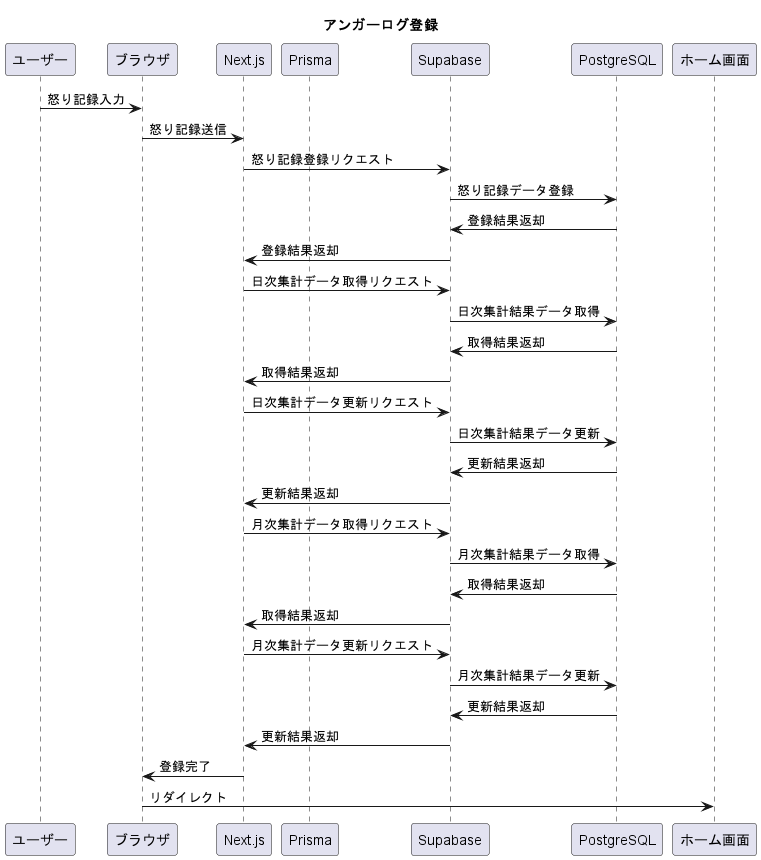
washogo/angerLogApp keeps this PlantUML diagram as uml/out/angerLog/funcAngerLogInsert/funcAngerLogInsert.png. Above is the earlier version. The source it was exported from:
```plantuml
@startuml funcAngerLogInsert
title "アンガーログ登録"
participant ユーザー
participant ブラウザ
participant Next.js
participant Prisma
participant Supabase
participant PostgreSQL
participant ホーム画面

ユーザー -> ブラウザ: 怒り記録入力
ブラウザ -> Next.js: 怒り記録送信
Next.js -> Supabase: 怒り記録登録リクエスト
Supabase -> PostgreSQL: 怒り記録データ登録
PostgreSQL -> Supabase: 登録結果返却
Supabase -> Next.js: 登録結果返却
Next.js -> Supabase: 日次集計データ取得リクエスト
Supabase -> PostgreSQL: 日次集計結果データ取得
PostgreSQL -> Supabase: 取得結果返却
Supabase -> Next.js: 取得結果返却
Next.js -> Supabase: 日次集計データ更新リクエスト
Supabase -> PostgreSQL: 日次集計結果データ更新
PostgreSQL -> Supabase: 更新結果返却
Supabase -> Next.js: 更新結果返却
Next.js -> Supabase: 月次集計データ取得リクエスト
Supabase -> PostgreSQL: 月次集計結果データ取得
PostgreSQL -> Supabase: 取得結果返却
Supabase -> Next.js: 取得結果返却
Next.js -> Supabase: 月次集計データ更新リクエスト
Supabase -> PostgreSQL: 月次集計結果データ更新
PostgreSQL -> Supabase: 更新結果返却
Supabase -> Next.js: 更新結果返却
Next.js -> ブラウザ: 登録完了
ブラウザ -> ホーム画面: リダイレクト
@enduml
```
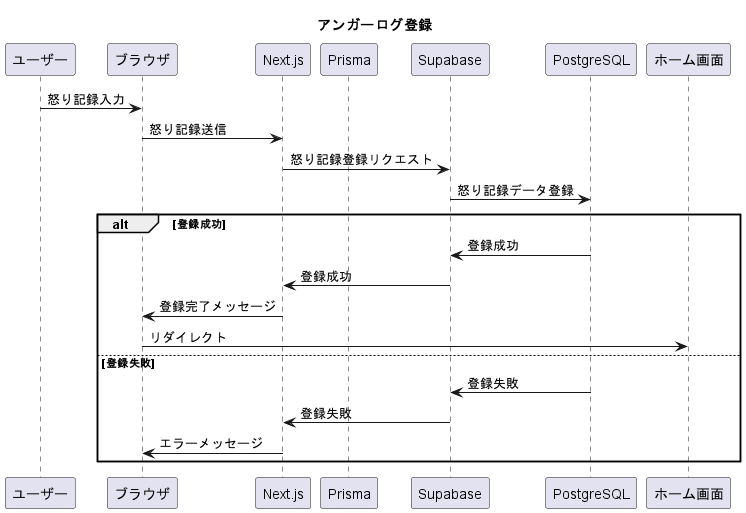
The same diagram one commit later.

What changed in the source:
```diff
@@ -12,24 +12,14 @@
 ブラウザ -> Next.js: 怒り記録送信
 Next.js -> Supabase: 怒り記録登録リクエスト
 Supabase -> PostgreSQL: 怒り記録データ登録
-PostgreSQL -> Supabase: 登録結果返却
-Supabase -> Next.js: 登録結果返却
-Next.js -> Supabase: 日次集計データ取得リクエスト
-Supabase -> PostgreSQL: 日次集計結果データ取得
-PostgreSQL -> Supabase: 取得結果返却
-Supabase -> Next.js: 取得結果返却
-Next.js -> Supabase: 日次集計データ更新リクエスト
-Supabase -> PostgreSQL: 日次集計結果データ更新
-PostgreSQL -> Supabase: 更新結果返却
-Supabase -> Next.js: 更新結果返却
-Next.js -> Supabase: 月次集計データ取得リクエスト
-Supabase -> PostgreSQL: 月次集計結果データ取得
-PostgreSQL -> Supabase: 取得結果返却
-Supabase -> Next.js: 取得結果返却
-Next.js -> Supabase: 月次集計データ更新リクエスト
-Supabase -> PostgreSQL: 月次集計結果データ更新
-PostgreSQL -> Supabase: 更新結果返却
-Supabase -> Next.js: 更新結果返却
-Next.js -> ブラウザ: 登録完了
-ブラウザ -> ホーム画面: リダイレクト
+alt 登録成功
+PostgreSQL -> Supabase: 登録成功
+  Supabase -> Next.js: 登録成功
+  Next.js -> ブラウザ: 登録完了メッセージ
+  ブラウザ -> ホーム画面: リダイレクト
+else 登録失敗
+  PostgreSQL -> Supabase: 登録失敗
+  Supabase -> Next.js: 登録失敗
+  Next.js -> ブラウザ: エラーメッセージ
+end
 @enduml
```
